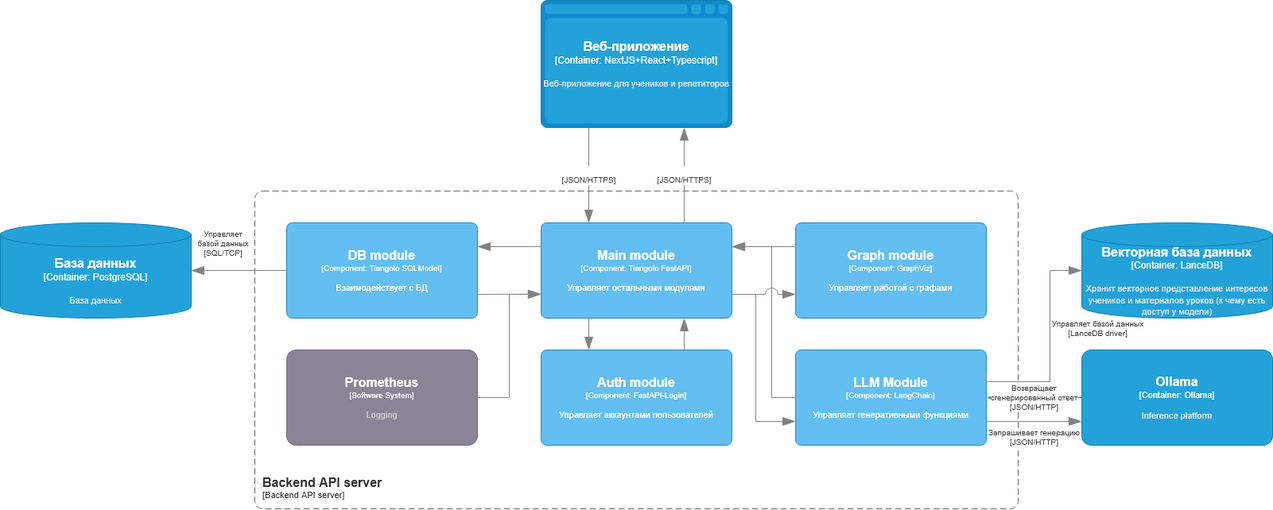
Above: docs/assets/c4-diagram-Component.png in vstu-sii/bachelor-2025-team-make-it-simple (draw.io), before the change. Source tidied: cells renumbered, new cells last; positions are measured from the earlier drawing's top-left corner, leaving out a move shared by most shapes.
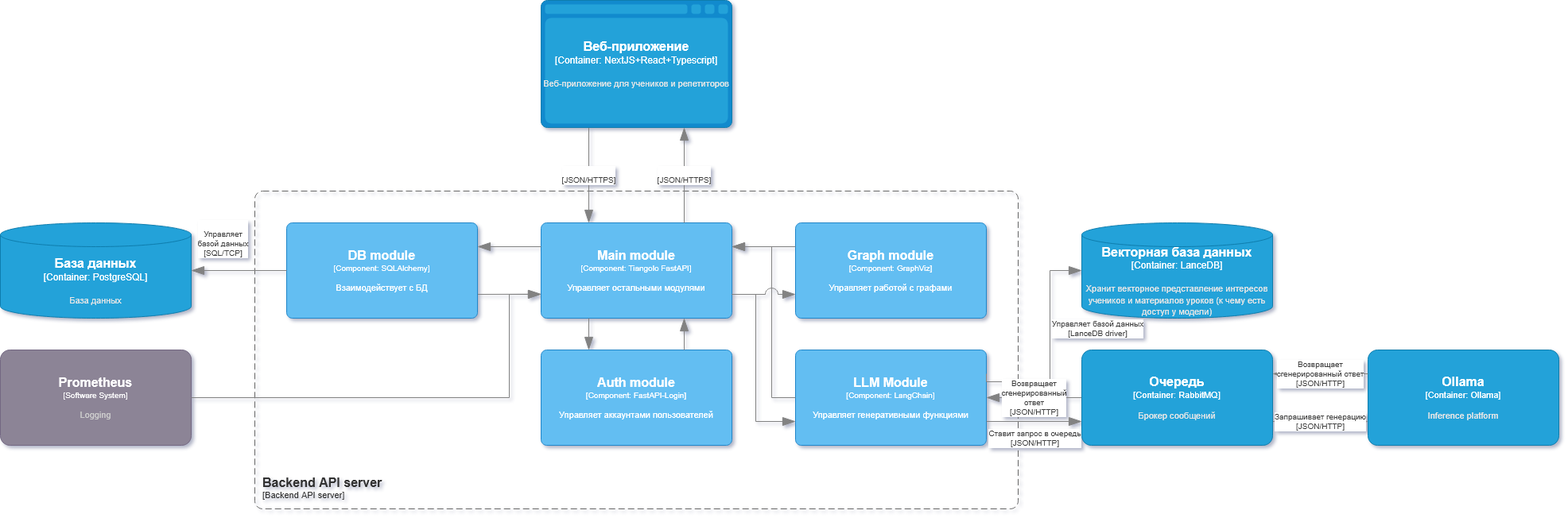
Later version of the same file.

Commit message:
Updated the C4 model diagram.

Change to the diagram source:
```diff
@@ -9,7 +9,7 @@
     </object>
     <object id="3" label="&lt;font style=&quot;font-size: 16px&quot;&gt;&lt;b&gt;%c4Name%&lt;/b&gt;&lt;/font&gt;&lt;div&gt;[%c4Type%]&lt;/div&gt;&lt;br&gt;&lt;div&gt;&lt;font style=&quot;font-size: 11px&quot;&gt;&lt;font color=&quot;#cccccc&quot;&gt;%c4Description%&lt;/font&gt;&lt;/div&gt;" c4Description="Logging" c4Name="Prometheus" c4Type="Software System" placeholders="1">
       <mxCell style="rounded=1;whiteSpace=wrap;html=1;labelBackgroundColor=none;fillColor=#8C8496;fontColor=#ffffff;align=center;arcSize=10;strokeColor=#736782;points=[[0.25,0,0],[0.5,0,0],[0.75,0,0],[1,0.25,0],[1,0.5,0],[1,0.75,0],[0.75,1,0],[0.5,1,0],[0.25,1,0],[0,0.75,0],[0,0.5,0],[0,0.25,0]];fontFamily=Helvetica;fontSize=10;" parent="1" vertex="1">
-        <mxGeometry x="360" y="440" width="240" height="120" as="geometry" />
+        <mxGeometry y="440" width="240" height="120" as="geometry" />
       </mxCell>
     </object>
     <object id="4" label="&lt;font style=&quot;font-size: 16px&quot;&gt;&lt;b&gt;%c4Name%&lt;/b&gt;&lt;/font&gt;&lt;div&gt;[%c4Type%:&amp;nbsp;%c4Technology%]&lt;/div&gt;&lt;br&gt;&lt;div&gt;&lt;font style=&quot;font-size: 11px&quot;&gt;&lt;font color=&quot;#E6E6E6&quot;&gt;%c4Description%&lt;/font&gt;&lt;/div&gt;" c4Description="База данных " c4Name="База данных" c4Technology="PostgreSQL" c4Type="Container" placeholders="1">
@@ -24,7 +24,7 @@
     </object>
     <object id="6" label="&lt;font style=&quot;font-size: 16px&quot;&gt;&lt;b&gt;%c4Name%&lt;/b&gt;&lt;/font&gt;&lt;div&gt;[%c4Type%: %c4Technology%]&lt;/div&gt;&lt;br&gt;&lt;div&gt;&lt;font style=&quot;font-size: 11px&quot;&gt;&lt;font color=&quot;#E6E6E6&quot;&gt;%c4Description%&lt;/font&gt;&lt;/div&gt;" c4Description="Inference platform" c4Name="Ollama" c4Technology="Ollama" c4Type="Container" placeholders="1">
       <mxCell style="rounded=1;whiteSpace=wrap;html=1;fontSize=11;labelBackgroundColor=none;fillColor=#23A2D9;fontColor=#ffffff;align=center;arcSize=10;strokeColor=#0E7DAD;points=[[0.25,0,0],[0.5,0,0],[0.75,0,0],[1,0.25,0],[1,0.5,0],[1,0.75,0],[0.75,1,0],[0.5,1,0],[0.25,1,0],[0,0.75,0],[0,0.5,0],[0,0.25,0]];fontFamily=Helvetica;" parent="1" vertex="1">
-        <mxGeometry x="1360" y="440" width="240" height="120" as="geometry" />
+        <mxGeometry x="1720" y="440" width="240" height="120" as="geometry" />
       </mxCell>
     </object>
     <object id="7" label="&lt;font style=&quot;font-size: 16px&quot;&gt;&lt;b&gt;%c4Name%&lt;/b&gt;&lt;/font&gt;&lt;div&gt;[%c4Type%: %c4Technology%]&lt;/div&gt;&lt;br&gt;&lt;div&gt;&lt;font style=&quot;font-size: 11px&quot;&gt;%c4Description%&lt;/font&gt;&lt;/div&gt;" c4Description="Управляет генеративными функциями" c4Name="LLM Module" c4Technology="LangChain" c4Type="Component" placeholders="1">
@@ -100,7 +100,7 @@
         <mxPoint x="680" y="369.7" as="targetPoint" />
       </mxGeometry>
     </mxCell>
-    <object id="21" label="&lt;font style=&quot;font-size: 16px&quot;&gt;&lt;b&gt;%c4Name%&lt;/b&gt;&lt;/font&gt;&lt;div&gt;[%c4Type%: %c4Technology%]&lt;/div&gt;&lt;br&gt;&lt;div&gt;&lt;font style=&quot;font-size: 11px&quot;&gt;%c4Description%&lt;/font&gt;&lt;/div&gt;" c4Description="Взаимодействует с БД" c4Name="DB module" c4Technology="Tiangolo SQLModel" c4Type="Component" placeholders="1">
+    <object id="21" label="&lt;font style=&quot;font-size: 16px&quot;&gt;&lt;b&gt;%c4Name%&lt;/b&gt;&lt;/font&gt;&lt;div&gt;[%c4Type%: %c4Technology%]&lt;/div&gt;&lt;br&gt;&lt;div&gt;&lt;font style=&quot;font-size: 11px&quot;&gt;%c4Description%&lt;/font&gt;&lt;/div&gt;" c4Description="Взаимодействует с БД" c4Name="DB module" c4Technology="SQLAlchemy" c4Type="Component" placeholders="1">
       <mxCell style="rounded=1;whiteSpace=wrap;html=1;labelBackgroundColor=none;fillColor=#63BEF2;fontColor=#ffffff;align=center;arcSize=6;strokeColor=#2086C9;points=[[0.25,0,0],[0.5,0,0],[0.75,0,0],[1,0.25,0],[1,0.5,0],[1,0.75,0],[0.75,1,0],[0.5,1,0],[0.25,1,0],[0,0.75,0],[0,0.5,0],[0,0.25,0]];fontFamily=Helvetica;fontSize=10;" parent="1" vertex="1">
         <mxGeometry x="360" y="280" width="240" height="120" as="geometry" />
       </mxCell>
@@ -119,11 +119,27 @@
         <mxGeometry x="680" width="240" height="160" as="geometry" />
       </mxCell>
     </object>
-    <mxCell id="26" value="Запрашивает генерацию&lt;br&gt;[JSON/HTTP]" style="edgeStyle=orthogonalEdgeStyle;shape=connector;rounded=0;jumpStyle=arc;jumpSize=16;jettySize=auto;html=1;entryX=0;entryY=0.75;entryDx=0;entryDy=0;entryPerimeter=0;strokeColor=#828282;strokeWidth=1;align=center;verticalAlign=middle;fontFamily=Helvetica;fontSize=10;fontColor=#404040;labelBackgroundColor=default;elbow=vertical;startSize=14;endArrow=blockThin;endFill=1;endSize=14;exitX=1;exitY=0.75;exitDx=0;exitDy=0;exitPerimeter=0;" parent="1" edge="1" source="7" target="6">
-      <mxGeometry y="-20" relative="1" as="geometry" />
+    <mxCell id="26" value="Запрашивает генерацию&lt;br&gt;[JSON/HTTP]" style="edgeStyle=orthogonalEdgeStyle;shape=connector;rounded=0;jumpStyle=arc;jumpSize=16;jettySize=auto;html=1;entryX=0;entryY=0.75;entryDx=0;entryDy=0;entryPerimeter=0;strokeColor=#828282;strokeWidth=1;align=center;verticalAlign=middle;fontFamily=Helvetica;fontSize=10;fontColor=#404040;labelBackgroundColor=default;elbow=vertical;startSize=14;endArrow=blockThin;endFill=1;endSize=14;exitX=1;exitY=0.75;exitDx=0;exitDy=0;exitPerimeter=0;" parent="1" edge="1" source="31" target="6">
+      <mxGeometry relative="1" as="geometry" />
     </mxCell>
-    <mxCell id="27" value="&lt;div&gt;Возвращает&lt;/div&gt;&lt;div&gt;сгенерированный ответ&lt;/div&gt;[JSON/HTTP]" style="edgeStyle=orthogonalEdgeStyle;shape=connector;rounded=0;jumpStyle=arc;jumpSize=16;jettySize=auto;html=1;exitX=0;exitY=0.5;exitDx=0;exitDy=0;exitPerimeter=0;entryX=1;entryY=0.5;entryDx=0;entryDy=0;entryPerimeter=0;strokeColor=#828282;strokeWidth=1;align=center;verticalAlign=middle;fontFamily=Helvetica;fontSize=10;fontColor=#404040;labelBackgroundColor=default;elbow=vertical;startSize=14;endArrow=blockThin;endFill=1;endSize=14;" parent="1" edge="1" source="6" target="7">
+    <mxCell id="27" value="&lt;div&gt;Возвращает&lt;/div&gt;&lt;div&gt;сгенерированный ответ&lt;/div&gt;[JSON/HTTP]" style="edgeStyle=orthogonalEdgeStyle;shape=connector;rounded=0;jumpStyle=arc;jumpSize=16;jettySize=auto;html=1;exitX=0;exitY=0.25;exitDx=0;exitDy=0;exitPerimeter=0;entryX=1;entryY=0.25;entryDx=0;entryDy=0;entryPerimeter=0;strokeColor=#828282;strokeWidth=1;align=center;verticalAlign=middle;fontFamily=Helvetica;fontSize=10;fontColor=#404040;labelBackgroundColor=default;elbow=vertical;startSize=14;endArrow=blockThin;endFill=1;endSize=14;" parent="1" edge="1" source="6" target="31">
       <mxGeometry relative="1" as="geometry" />
     </mxCell>
+    <mxCell id="28" style="edgeStyle=orthogonalEdgeStyle;shape=connector;rounded=0;jumpStyle=arc;jumpSize=16;jettySize=auto;html=1;exitX=1;exitY=0.75;exitDx=0;exitDy=0;exitPerimeter=0;entryX=0;entryY=0.75;entryDx=0;entryDy=0;entryPerimeter=0;strokeColor=#828282;strokeWidth=1;align=center;verticalAlign=middle;fontFamily=Helvetica;fontSize=10;fontColor=#404040;labelBackgroundColor=default;elbow=vertical;startSize=14;endArrow=blockThin;endFill=1;endSize=14;" parent="1" edge="1" source="7" target="31">
+      <mxGeometry relative="1" as="geometry" />
+    </mxCell>
+    <mxCell id="29" value="&lt;div&gt;Ставит запрос в очередь&lt;/div&gt;&lt;div&gt;[JSON/HTTP]&lt;/div&gt;" style="edgeLabel;html=1;align=center;verticalAlign=middle;fontFamily=Helvetica;fontSize=10;fontColor=#404040;labelBackgroundColor=default;" parent="28" vertex="1">
+      <mxGeometry x="-0.19" y="3" relative="1" as="geometry">
+        <mxPoint x="11" y="23" as="offset" />
+      </mxGeometry>
+    </mxCell>
+    <mxCell id="30" value="Возвращает&lt;br&gt;сгенерированный&lt;br&gt;ответ&lt;br&gt;[JSON/HTTP]" style="edgeStyle=orthogonalEdgeStyle;shape=connector;rounded=0;jumpStyle=arc;jumpSize=16;jettySize=auto;html=1;exitX=0;exitY=0.5;exitDx=0;exitDy=0;exitPerimeter=0;entryX=1;entryY=0.5;entryDx=0;entryDy=0;entryPerimeter=0;strokeColor=#828282;strokeWidth=1;align=center;verticalAlign=middle;fontFamily=Helvetica;fontSize=10;fontColor=#404040;labelBackgroundColor=default;elbow=vertical;startSize=14;endArrow=blockThin;endFill=1;endSize=14;" parent="1" edge="1" source="31" target="7">
+      <mxGeometry relative="1" as="geometry" />
+    </mxCell>
+    <object id="31" label="&lt;font style=&quot;font-size: 16px&quot;&gt;&lt;b&gt;%c4Name%&lt;/b&gt;&lt;/font&gt;&lt;div&gt;[%c4Type%: %c4Technology%]&lt;/div&gt;&lt;br&gt;&lt;div&gt;&lt;font style=&quot;font-size: 11px&quot;&gt;&lt;font color=&quot;#E6E6E6&quot;&gt;%c4Description%&lt;/font&gt;&lt;/div&gt;" c4Description="Брокер сообщений" c4Name="Очередь" c4Technology="RabbitMQ" c4Type="Container" placeholders="1">
+      <mxCell style="rounded=1;whiteSpace=wrap;html=1;fontSize=11;labelBackgroundColor=none;fillColor=#23A2D9;fontColor=#ffffff;align=center;arcSize=10;strokeColor=#0E7DAD;points=[[0.25,0,0],[0.5,0,0],[0.75,0,0],[1,0.25,0],[1,0.5,0],[1,0.75,0],[0.75,1,0],[0.5,1,0],[0.25,1,0],[0,0.75,0],[0,0.5,0],[0,0.25,0]];fontFamily=Helvetica;" parent="1" vertex="1">
+        <mxGeometry x="1360" y="440" width="240" height="120" as="geometry" />
+      </mxCell>
+    </object>
   </root>
 </mxGraphModel>
```
